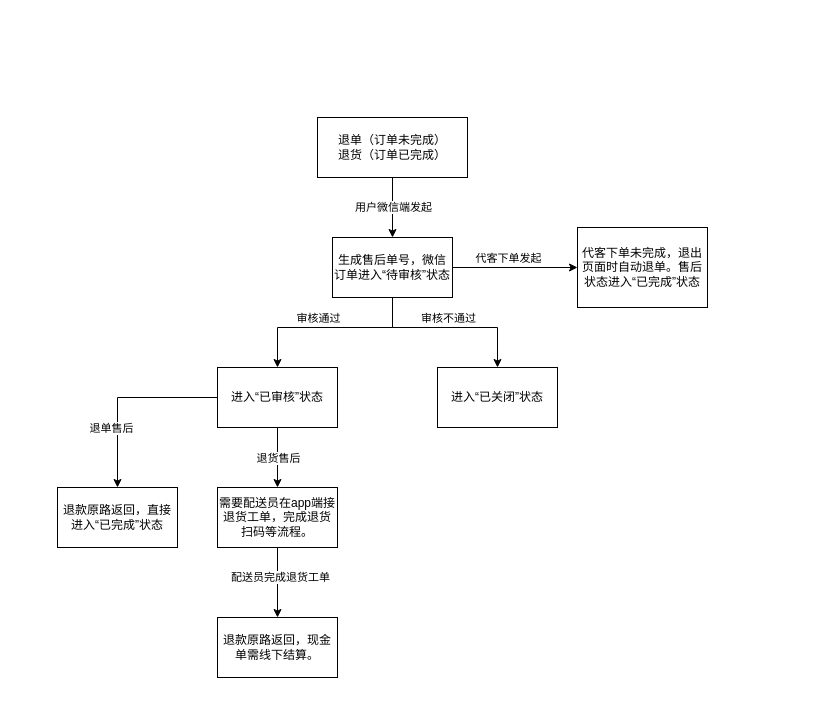
Above: 未命名绘图.drawio in YingSi163/Effy (draw.io), before the change. Source tidied: cells renumbered, new cells numbered last; positions are measured from the earlier drawing's top-left corner, leaving out a move shared by most shapes. Both pictures are drawn from the tidied source at 100%, with x=0, y=0 at pixel (57, 117).
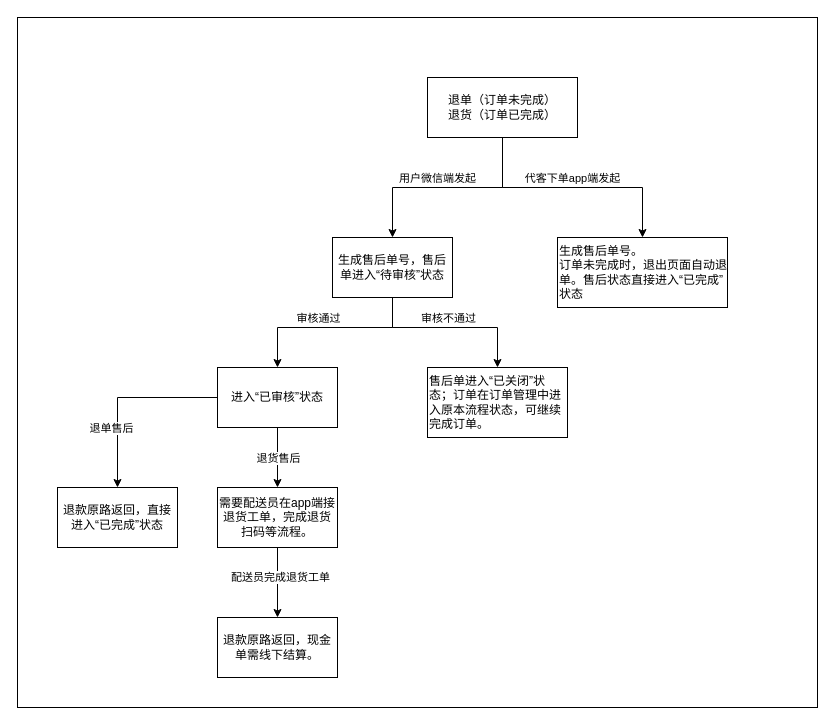
Above is the later version.

Commit message:
更新未命名绘图.drawio

Change to the diagram source:
```diff
@@
+    <mxCell id="24" style="rounded=0;whiteSpace=wrap;html=1;" parent="1" vertex="1">
+      <mxGeometry x="-40" y="-100" width="800" height="690" as="geometry" />
+    </mxCell>
     <mxCell id="2" value="退单（订单未完成）&lt;div&gt;退货（订单已完成）&lt;/div&gt;" style="rounded=0;whiteSpace=wrap;html=1;" parent="1" vertex="1">
-      <mxGeometry x="260" width="150" height="60" as="geometry" />
+      <mxGeometry x="370" y="-40" width="150" height="60" as="geometry" />
     </mxCell>
-    <mxCell id="3" value="生成售后单号，微信订单进入“待审核”状态" style="rounded=0;whiteSpace=wrap;html=1;" parent="1" vertex="1">
+    <mxCell id="3" value="生成售后单号，售后单进入“待审核”状态" style="rounded=0;whiteSpace=wrap;html=1;" parent="1" vertex="1">
       <mxGeometry x="275" y="120" width="120" height="60" as="geometry" />
     </mxCell>
-    <mxCell id="4" style="endArrow=classic;html=1;rounded=0;exitX=0.5;exitY=1;exitDx=0;exitDy=0;" parent="1" edge="1" source="2" target="3">
-      <mxGeometry relative="1" as="geometry" />
-    </mxCell>
-    <mxCell id="5" value="用户微信端发起" style="edgeLabel;html=1;align=center;verticalAlign=middle;" parent="4" vertex="1">
-      <mxGeometry x="-0.29" y="3" relative="1" as="geometry">
-        <mxPoint x="-3" y="8" as="offset" />
-      </mxGeometry>
-    </mxCell>
@@
-    <mxCell id="7" value="进入“已关闭”状态" style="rounded=0;whiteSpace=wrap;html=1;" parent="1" vertex="1">
-      <mxGeometry x="380" y="250" width="120" height="60" as="geometry" />
+    <mxCell id="7" value="售后单进入“已关闭”状态；订单在订单管理中进入原本流程状态，可继续完成订单。" style="rounded=0;whiteSpace=wrap;html=1;align=left;" parent="1" vertex="1">
+      <mxGeometry x="370" y="250" width="140" height="70" as="geometry" />
     </mxCell>
@@
-    <mxCell id="21" style="endArrow=classic;html=1;rounded=0;exitX=1;exitY=0.5;exitDx=0;exitDy=0;" parent="1" edge="1" source="3">
-      <mxGeometry relative="1" as="geometry">
-        <mxPoint x="520" y="150" as="targetPoint" />
-      </mxGeometry>
-    </mxCell>
-    <mxCell id="22" value="代客下单发起" style="edgeLabel;html=1;align=center;verticalAlign=middle;" parent="21" vertex="1">
-      <mxGeometry x="-0.23" y="2" relative="1" as="geometry">
-        <mxPoint x="7" y="-8" as="offset" />
-      </mxGeometry>
-    </mxCell>
-    <mxCell id="23" value="代客下单未完成，退出页面时自动退单。售后状态进入“已完成”状态" style="rounded=0;whiteSpace=wrap;html=1;" parent="1" vertex="1">
-      <mxGeometry x="520" y="110" width="130" height="80" as="geometry" />
+    <mxCell id="23" value="生成售后单号。&lt;div&gt;订单未完成时，退出页面自动退单。&lt;span style=&quot;background-color: initial;&quot;&gt;售后状态直接进入“已完成”状态&lt;/span&gt;&lt;/div&gt;" style="rounded=0;whiteSpace=wrap;html=1;align=left;" parent="1" vertex="1">
+      <mxGeometry x="500" y="120" width="170" height="70" as="geometry" />
     </mxCell>
+    <mxCell id="4" style="endArrow=classic;html=1;rounded=0;exitX=0.5;exitY=1;exitDx=0;exitDy=0;entryX=0.5;entryY=0;entryDx=0;entryDy=0;" parent="1" edge="1" source="2" target="3">
+      <mxGeometry relative="1" as="geometry">
+        <Array as="points">
+          <mxPoint x="445" y="70" />
+          <mxPoint x="335" y="70" />
+        </Array>
+      </mxGeometry>
+    </mxCell>
+    <mxCell id="5" value="用户微信端发起" style="edgeLabel;html=1;align=center;verticalAlign=middle;" parent="4" vertex="1">
+      <mxGeometry x="0.36" relative="1" as="geometry">
+        <mxPoint x="27" y="-10" as="offset" />
+      </mxGeometry>
+    </mxCell>
+    <mxCell id="25" style="endArrow=classic;html=1;rounded=0;entryX=0.5;entryY=0;entryDx=0;entryDy=0;exitX=0.5;exitY=1;exitDx=0;exitDy=0;" parent="1" edge="1" source="2" target="23">
+      <mxGeometry relative="1" as="geometry">
+        <Array as="points">
+          <mxPoint x="445" y="70" />
+          <mxPoint x="585" y="70" />
+        </Array>
+      </mxGeometry>
+    </mxCell>
+    <mxCell id="26" value="代客下单app端发起" style="edgeLabel;html=1;align=center;verticalAlign=middle;" parent="25" vertex="1">
+      <mxGeometry x="-0.01" y="3" relative="1" as="geometry">
+        <mxPoint y="-7" as="offset" />
+      </mxGeometry>
+    </mxCell>
```
